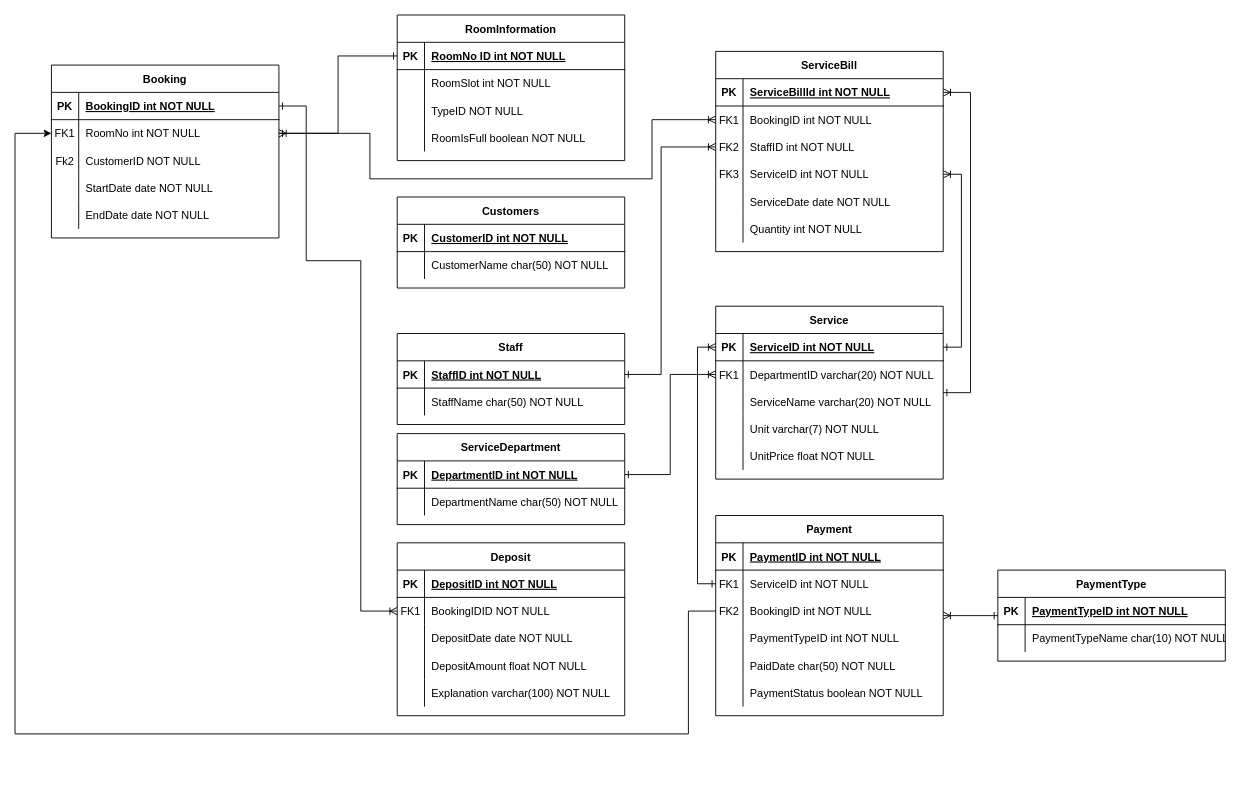
Before: Diagram/Entity Relationship Diagram.drawio in jonathanha52/SE104.L23.PMCL, a draw.io diagram. Source tidied: cells renumbered, new cells numbered last; positions are measured from the earlier drawing's top-left corner, leaving out a move shared by most shapes. Both pictures are drawn from the tidied source at 91%, with x=0, y=0 at pixel (15, 15).
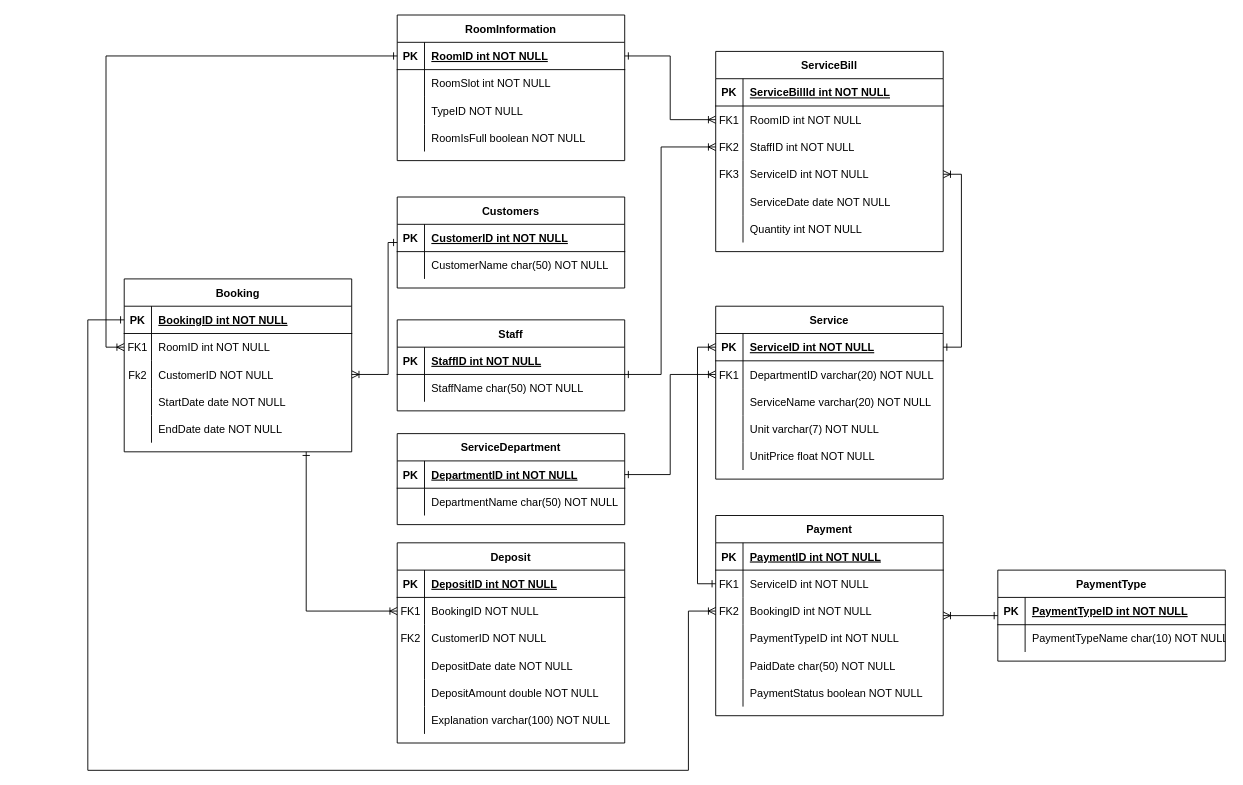
The same page after the edit.

Unchanged cells that the change refers to:
```xml
<mxCell id="5" style="shape=partialRectangle;fillColor=none;points=[[0,0.5],[1,0.5]];portConstraint=eastwest;top=0;left=0;right=0;bottom=1;" parent="4" vertex="1">
  <mxGeometry y="30" width="250" height="30" as="geometry" />
</mxCell>
<mxCell id="8" style="shape=partialRectangle;fillColor=none;points=[[0,0.5],[1,0.5]];portConstraint=eastwest;top=0;left=0;right=0;bottom=0;" parent="4" vertex="1">
  <mxGeometry y="60" width="250" height="30" as="geometry" />
</mxCell>
<mxCell id="23" value="Service" style="shape=table;startSize=30;childLayout=tableLayout;rowLines=0;fontStyle=1;align=center;" parent="1" vertex="1">
  <mxGeometry x="770" y="320" width="250" height="190" as="geometry" />
</mxCell>
<mxCell id="39" value="Customers" style="shape=table;startSize=30;childLayout=tableLayout;rowLines=0;fontStyle=1;align=center;" parent="1" vertex="1">
  <mxGeometry x="420" y="200" width="250" height="100" as="geometry" />
</mxCell>
<mxCell id="64" style="shape=partialRectangle;fillColor=none;points=[[0,0.5],[1,0.5]];portConstraint=eastwest;top=0;left=0;right=0;bottom=0;" parent="60" vertex="1">
  <mxGeometry y="60" width="250" height="30" as="geometry" />
</mxCell>
<mxCell id="78" style="shape=partialRectangle;fillColor=none;points=[[0,0.5],[1,0.5]];portConstraint=eastwest;top=0;left=0;right=0;bottom=1;" parent="77" vertex="1">
  <mxGeometry y="30" width="250" height="30" as="geometry" />
</mxCell>
<mxCell id="98" style="shape=partialRectangle;fillColor=none;points=[[0,0.5],[1,0.5]];portConstraint=eastwest;top=0;left=0;right=0;bottom=0;" parent="91" vertex="1">
  <mxGeometry y="90" width="250" height="30" as="geometry" />
</mxCell>
<mxCell id="122" style="shape=partialRectangle;fillColor=none;points=[[0,0.5],[1,0.5]];portConstraint=eastwest;top=0;left=0;right=0;bottom=1;" parent="121" vertex="1">
  <mxGeometry y="30" width="250" height="30" as="geometry" />
</mxCell>
<mxCell id="125" style="shape=partialRectangle;fillColor=none;points=[[0,0.5],[1,0.5]];portConstraint=eastwest;top=0;left=0;right=0;bottom=0;" parent="121" vertex="1">
  <mxGeometry y="60" width="250" height="30" as="geometry" />
</mxCell>
<mxCell id="128" style="shape=partialRectangle;fillColor=none;points=[[0,0.5],[1,0.5]];portConstraint=eastwest;top=0;left=0;right=0;bottom=0;" parent="121" vertex="1">
  <mxGeometry y="90" width="250" height="30" as="geometry" />
</mxCell>
```

What changed in the source:
```diff
@@
-    <mxCell id="2" style="endArrow=ERoneToMany;startArrow=ERone;endFill=0;startFill=0;edgeStyle=orthogonalEdgeStyle;rounded=0;" parent="1" edge="1" source="125" target="8">
+    <mxCell id="2" style="endArrow=ERoneToMany;startArrow=ERone;endFill=0;startFill=0;edgeStyle=orthogonalEdgeStyle;rounded=0;exitX=1;exitY=0.5;exitDx=0;exitDy=0;" parent="1" edge="1" source="78" target="8">
       <mxGeometry relative="1" as="geometry">
         <Array as="points">
-          <mxPoint x="390" y="130" />
-          <mxPoint x="390" y="180" />
-          <mxPoint x="700" y="180" />
-          <mxPoint x="700" y="115" />
+          <mxPoint x="720" y="45" />
+          <mxPoint x="720" y="115" />
         </Array>
       </mxGeometry>
     </mxCell>
-    <mxCell id="3" style="edgeStyle=entityRelationEdgeStyle;endArrow=ERone;startArrow=ERoneToMany;endFill=0;startFill=0;rounded=0;" parent="1" edge="1" source="5" target="23">
-      <mxGeometry relative="1" as="geometry" />
-    </mxCell>
@@
-    <mxCell id="10" value="BookingID int NOT NULL" style="shape=partialRectangle;overflow=hidden;fillColor=none;top=0;left=0;bottom=0;right=0;align=left;spacingLeft=6;" parent="8" vertex="1">
+    <mxCell id="10" value="RoomID int NOT NULL" style="shape=partialRectangle;overflow=hidden;fillColor=none;top=0;left=0;bottom=0;right=0;align=left;spacingLeft=6;" parent="8" vertex="1">
       <mxGeometry x="30" width="220" height="30" as="geometry" />
     </mxCell>
@@
     <mxCell id="46" value="Staff" style="shape=table;startSize=30;childLayout=tableLayout;rowLines=0;fontStyle=1;align=center;" parent="1" vertex="1">
-      <mxGeometry x="420" y="350" width="250" height="100" as="geometry" />
+      <mxGeometry x="420" y="335" width="250" height="100" as="geometry" />
     </mxCell>
@@
     <mxCell id="60" value="Deposit" style="shape=table;startSize=30;childLayout=tableLayout;rowLines=0;fontStyle=1;align=center;" parent="1" vertex="1">
-      <mxGeometry x="420" y="580" width="250" height="190" as="geometry" />
+      <mxGeometry x="420" y="580" width="250" height="220" as="geometry" />
     </mxCell>
@@
-    <mxCell id="66" value="BookingIDID NOT NULL" style="shape=partialRectangle;overflow=hidden;fillColor=none;top=0;left=0;bottom=0;right=0;align=left;spacingLeft=6;" parent="64" vertex="1">
+    <mxCell id="66" value="BookingID NOT NULL" style="shape=partialRectangle;overflow=hidden;fillColor=none;top=0;left=0;bottom=0;right=0;align=left;spacingLeft=6;" parent="64" vertex="1">
       <mxGeometry x="30" width="220" height="30" as="geometry" />
     </mxCell>
+    <mxCell id="139" style="shape=partialRectangle;fillColor=none;top=0;left=0;right=0;bottom=0;" parent="60" vertex="1">
+      <mxGeometry y="90" width="250" height="30" as="geometry" />
+    </mxCell>
+    <mxCell id="140" value="FK2" style="shape=partialRectangle;overflow=hidden;fillColor=none;top=0;left=0;bottom=0;right=0;" parent="139" vertex="1">
+      <mxGeometry width="30" height="30" as="geometry" />
+    </mxCell>
+    <mxCell id="141" value="CustomerID NOT NULL" style="shape=partialRectangle;overflow=hidden;fillColor=none;top=0;left=0;bottom=0;right=0;align=left;spacingLeft=6;" parent="139" vertex="1">
+      <mxGeometry x="30" width="220" height="30" as="geometry" />
+    </mxCell>
     <mxCell id="67" style="shape=partialRectangle;fillColor=none;top=0;left=0;right=0;bottom=0;" parent="60" vertex="1">
-      <mxGeometry y="90" width="250" height="30" as="geometry" />
+      <mxGeometry y="120" width="250" height="30" as="geometry" />
     </mxCell>
@@
     <mxCell id="70" style="shape=partialRectangle;fillColor=none;top=0;left=0;right=0;bottom=0;" parent="60" vertex="1">
-      <mxGeometry y="120" width="250" height="30" as="geometry" />
+      <mxGeometry y="150" width="250" height="30" as="geometry" />
     </mxCell>
@@
-    <mxCell id="72" value="DepositAmount float NOT NULL" style="shape=partialRectangle;overflow=hidden;fillColor=none;top=0;left=0;bottom=0;right=0;align=left;spacingLeft=6;" parent="70" vertex="1">
+    <mxCell id="72" value="DepositAmount double NOT NULL" style="shape=partialRectangle;overflow=hidden;fillColor=none;top=0;left=0;bottom=0;right=0;align=left;spacingLeft=6;" parent="70" vertex="1">
       <mxGeometry x="30" width="220" height="30" as="geometry" />
     </mxCell>
     <mxCell id="73" style="shape=partialRectangle;fillColor=none;top=0;left=0;right=0;bottom=0;" parent="60" vertex="1">
-      <mxGeometry y="150" width="250" height="30" as="geometry" />
+      <mxGeometry y="180" width="250" height="30" as="geometry" />
     </mxCell>
@@
-    <mxCell id="80" value="RoomNo ID int NOT NULL " style="shape=partialRectangle;overflow=hidden;fillColor=none;top=0;left=0;bottom=0;right=0;align=left;spacingLeft=6;fontStyle=5;" parent="78" vertex="1">
+    <mxCell id="80" value="RoomID int NOT NULL " style="shape=partialRectangle;overflow=hidden;fillColor=none;top=0;left=0;bottom=0;right=0;align=left;spacingLeft=6;fontStyle=5;" parent="78" vertex="1">
       <mxGeometry x="30" width="220" height="30" as="geometry" />
     </mxCell>
@@
-    <mxCell id="117" style="edgeStyle=orthogonalEdgeStyle;rounded=0;jettySize=auto;html=1;startArrow=ERoneToMany;startFill=0;endArrow=ERone;endFill=0;" parent="1" edge="1" source="64" target="122">
+    <mxCell id="117" style="edgeStyle=orthogonalEdgeStyle;rounded=0;jettySize=auto;html=1;startArrow=ERoneToMany;startFill=0;endArrow=ERone;endFill=0;" parent="1" edge="1" source="64" target="121">
       <mxGeometry relative="1" as="geometry">
         <Array as="points">
-          <mxPoint x="380" y="655" />
-          <mxPoint x="380" y="270" />
-          <mxPoint x="320" y="270" />
-          <mxPoint x="320" y="100" />
+          <mxPoint x="320" y="655" />
         </Array>
       </mxGeometry>
     </mxCell>
@@
     <mxCell id="121" value="Booking" style="shape=table;startSize=30;childLayout=tableLayout;rowLines=0;fontStyle=1;align=center;" parent="1" vertex="1">
-      <mxGeometry x="40" y="55" width="250" height="190" as="geometry" />
+      <mxGeometry x="120" y="290" width="250" height="190" as="geometry" />
     </mxCell>
@@
-    <mxCell id="127" value="RoomNo int NOT NULL" style="shape=partialRectangle;overflow=hidden;fillColor=none;top=0;left=0;bottom=0;right=0;align=left;spacingLeft=6;" parent="125" vertex="1">
+    <mxCell id="127" value="RoomID int NOT NULL" style="shape=partialRectangle;overflow=hidden;fillColor=none;top=0;left=0;bottom=0;right=0;align=left;spacingLeft=6;" parent="125" vertex="1">
       <mxGeometry x="30" width="220" height="30" as="geometry" />
     </mxCell>
@@
-    <mxCell id="137" style="edgeStyle=orthogonalEdgeStyle;rounded=0;jettySize=auto;html=1;startArrow=ERoneToMany;startFill=0;endArrow=ERone;endFill=0;" parent="1" edge="1" source="125" target="78">
-      <mxGeometry relative="1" as="geometry" />
+    <mxCell id="137" style="edgeStyle=orthogonalEdgeStyle;rounded=0;jettySize=auto;html=1;startArrow=ERoneToMany;startFill=0;endArrow=ERone;endFill=0;exitX=0;exitY=0.5;exitDx=0;exitDy=0;" parent="1" edge="1" source="125" target="78">
+      <mxGeometry relative="1" as="geometry">
+        <Array as="points">
+          <mxPoint x="100" y="365" />
+          <mxPoint x="100" y="45" />
+        </Array>
+      </mxGeometry>
     </mxCell>
-    <mxCell id="138" style="edgeStyle=orthogonalEdgeStyle;rounded=0;jettySize=auto;html=1;" parent="1" edge="1" source="98" target="125">
+    <mxCell id="138" style="edgeStyle=orthogonalEdgeStyle;rounded=0;jettySize=auto;html=1;startArrow=ERoneToMany;startFill=0;endArrow=ERone;endFill=0;entryX=0;entryY=0.5;entryDx=0;entryDy=0;" parent="1" edge="1" source="98" target="122">
       <mxGeometry relative="1" as="geometry">
         <Array as="points">
           <mxPoint x="740" y="655" />
-          <mxPoint x="740" y="790" />
-          <mxPoint y="790" />
-          <mxPoint y="130" />
+          <mxPoint x="740" y="830" />
+          <mxPoint x="80" y="830" />
+          <mxPoint x="80" y="335" />
         </Array>
       </mxGeometry>
     </mxCell>
+    <mxCell id="142" style="endArrow=ERone;startArrow=ERoneToMany;endFill=0;startFill=0;edgeStyle=orthogonalEdgeStyle;rounded=0;exitX=1;exitY=0.5;exitDx=0;exitDy=0;" parent="1" edge="1" source="128" target="39">
+      <mxGeometry relative="1" as="geometry">
+        <Array as="points">
+          <mxPoint x="410" y="395" />
+          <mxPoint x="410" y="250" />
+        </Array>
+      </mxGeometry>
+    </mxCell>
```
